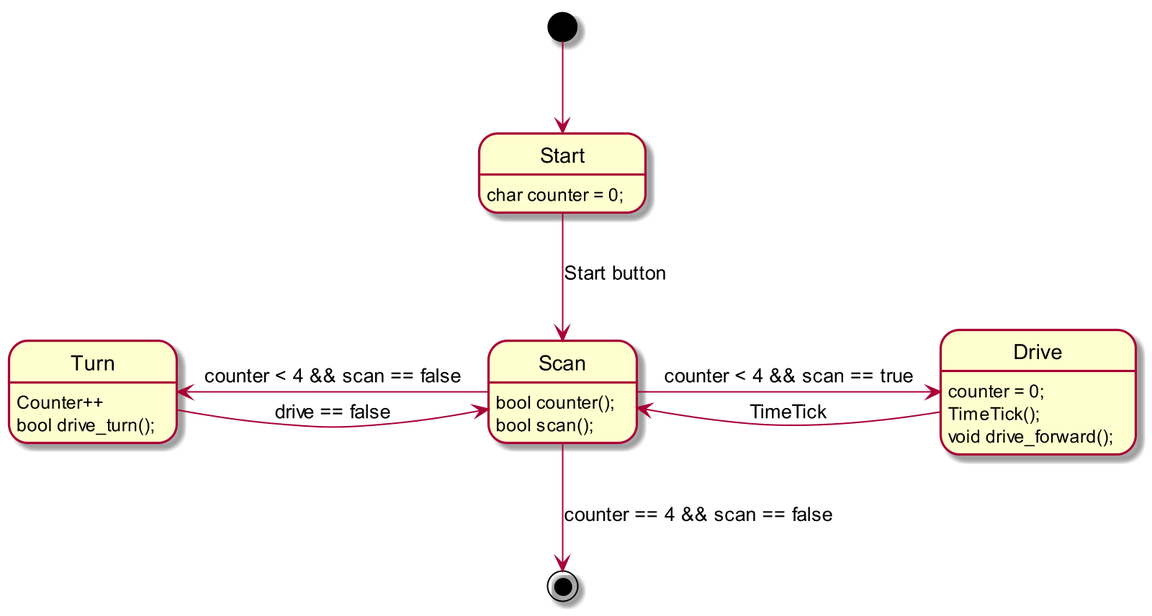
The PlantUML diagram Zumo_SM.png in orje/Zumo_QM_QPnano, before a commit.
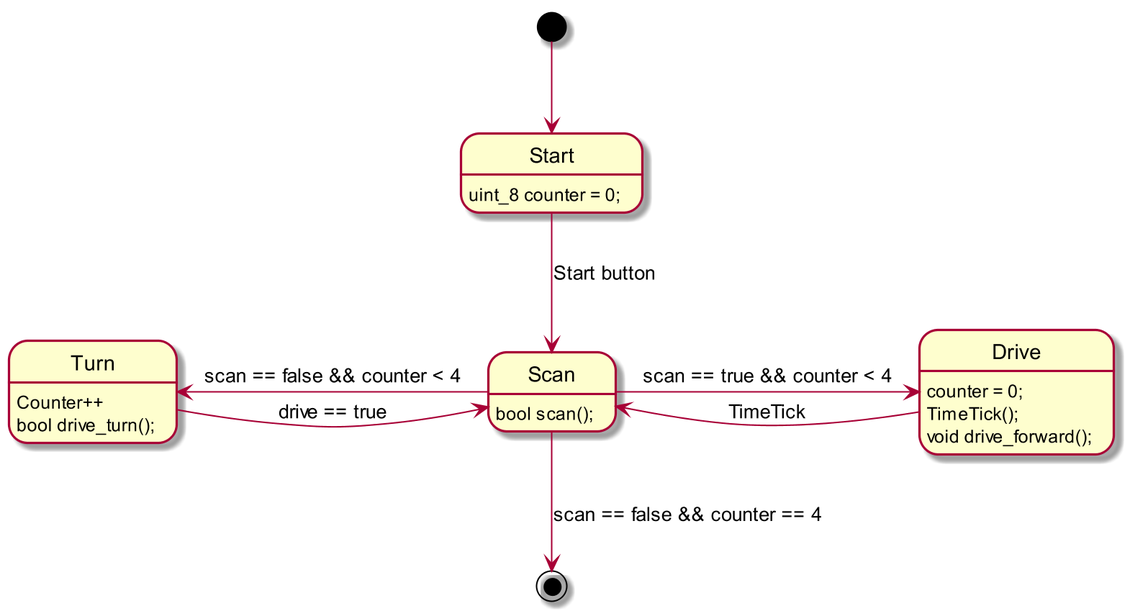
After the commit.

What changed in the source:
```diff
@@ -4,13 +4,12 @@
 
 [*] -down-> Start
 
-Start : char counter = 0;
+Start : uint_8 counter = 0;
 Start -down-> Scan : Start button
 
-Scan: bool counter();
 Scan: bool scan();
-Scan -right-> Drive : counter < 4 && scan == true
-Scan -left-> Turn : counter < 4 && scan == false
+Scan -right-> Drive : scan == true && counter < 4
+Scan -left-> Turn : scan == false && counter < 4
 
 Drive : counter = 0;
 Drive : TimeTick();
@@ -19,7 +18,7 @@
 
 Turn : Counter++
 Turn : bool drive_turn();
-Turn -> Scan : drive == false
-Scan -down-> [*] : counter == 4 && scan == false
+Turn -> Scan : drive == true
+Scan -down-> [*] : scan == false && counter == 4
 
 @enduml
```
